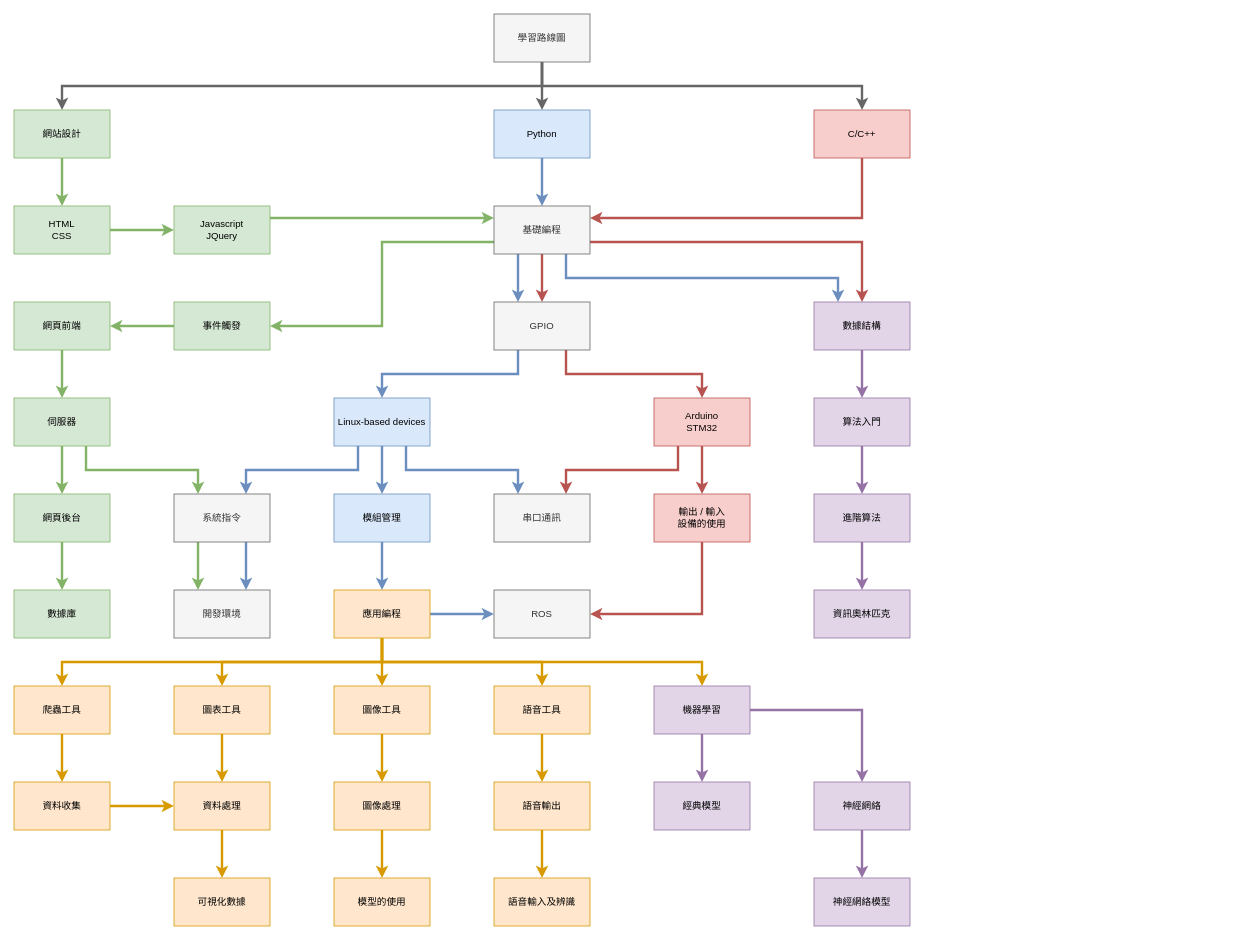
This is page "Page-2" (2 of 2) of Roadmap.drawio from supercatex/flowchart, a draw.io file, before an edit. Source tidied: cells renumbered, new cells numbered last; positions are measured from the earlier drawing's top-left corner, leaving out a move shared by most shapes. Both pictures are drawn from the tidied source at 80%, with x=0, y=0 at pixel (14, 14).
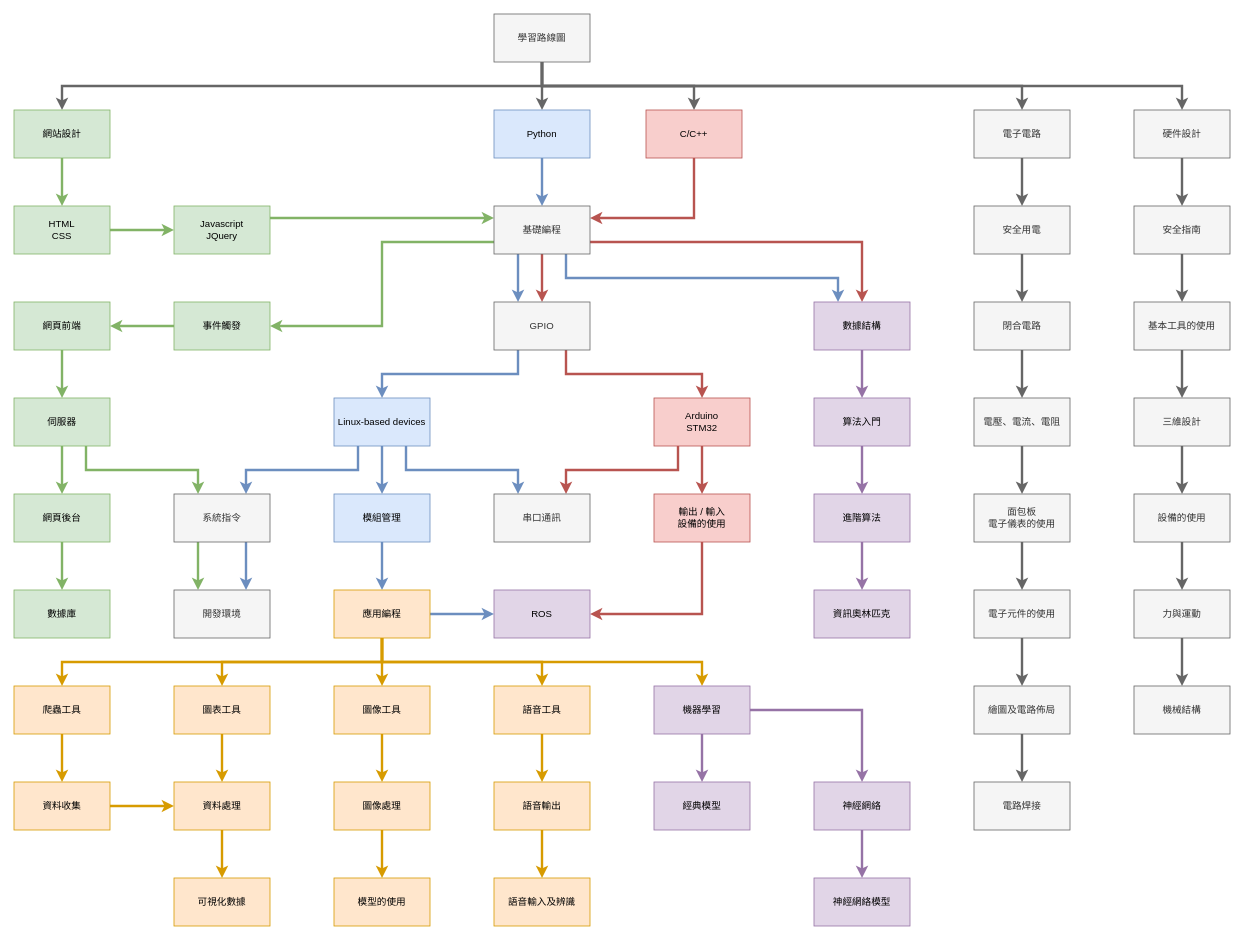
Above is the later version.

The change refers to these unchanged cells:
```xml
<mxCell id="5" value="學習路線圖" style="rounded=0;whiteSpace=wrap;html=1;sketch=0;fillColor=#f5f5f5;strokeColor=#666666;fontColor=#333333;" parent="1" vertex="1">
  <mxGeometry x="600" width="120" height="60" as="geometry" />
</mxCell>
```

Change to the diagram source:
```diff
@@
+    <mxCell id="92" style="edgeStyle=orthogonalEdgeStyle;rounded=0;jettySize=auto;html=1;exitX=0.5;exitY=1;exitDx=0;exitDy=0;startArrow=none;startFill=0;strokeWidth=3;fillColor=#f5f5f5;strokeColor=#666666;" parent="1" edge="1" source="5" target="95">
+      <mxGeometry relative="1" as="geometry" />
+    </mxCell>
+    <mxCell id="93" style="edgeStyle=orthogonalEdgeStyle;rounded=0;jettySize=auto;html=1;exitX=0.5;exitY=1;exitDx=0;exitDy=0;startArrow=none;startFill=0;strokeWidth=3;fillColor=#f5f5f5;strokeColor=#666666;" parent="1" edge="1" source="5" target="103">
+      <mxGeometry relative="1" as="geometry" />
+    </mxCell>
@@
     <mxCell id="9" value="C/C++" style="rounded=0;whiteSpace=wrap;html=1;sketch=0;fillColor=#f8cecc;strokeColor=#b85450;" parent="1" vertex="1">
-      <mxGeometry x="1000" y="120" width="120" height="60" as="geometry" />
+      <mxGeometry x="790" y="120" width="120" height="60" as="geometry" />
     </mxCell>
@@
-    <mxCell id="44" value="ROS" style="rounded=0;whiteSpace=wrap;html=1;sketch=0;fillColor=#f5f5f5;strokeColor=#666666;fontColor=#333333;" parent="1" vertex="1">
+    <mxCell id="44" value="ROS" style="rounded=0;whiteSpace=wrap;html=1;sketch=0;fillColor=#e1d5e7;strokeColor=#9673a6;" parent="1" vertex="1">
       <mxGeometry x="600" y="720" width="120" height="60" as="geometry" />
     </mxCell>
@@
+    <mxCell id="94" style="edgeStyle=orthogonalEdgeStyle;rounded=0;jettySize=auto;html=1;exitX=0.5;exitY=1;exitDx=0;exitDy=0;entryX=0.5;entryY=0;entryDx=0;entryDy=0;startArrow=none;startFill=0;strokeWidth=3;fillColor=#f5f5f5;strokeColor=#666666;" parent="1" edge="1" source="95" target="101">
+      <mxGeometry relative="1" as="geometry" />
+    </mxCell>
+    <mxCell id="95" value="電子電路" style="rounded=0;whiteSpace=wrap;html=1;sketch=0;fillColor=#f5f5f5;strokeColor=#666666;fontColor=#333333;" parent="1" vertex="1">
+      <mxGeometry x="1200" y="120" width="120" height="60" as="geometry" />
+    </mxCell>
+    <mxCell id="96" style="edgeStyle=orthogonalEdgeStyle;rounded=0;jettySize=auto;html=1;exitX=0.5;exitY=1;exitDx=0;exitDy=0;entryX=0.5;entryY=0;entryDx=0;entryDy=0;startArrow=none;startFill=0;strokeWidth=3;fillColor=#f5f5f5;strokeColor=#666666;" parent="1" edge="1" source="97" target="115">
+      <mxGeometry relative="1" as="geometry" />
+    </mxCell>
+    <mxCell id="97" value="電壓、電流、電阻" style="rounded=0;whiteSpace=wrap;html=1;sketch=0;fillColor=#f5f5f5;strokeColor=#666666;fontColor=#333333;" parent="1" vertex="1">
+      <mxGeometry x="1200" y="480" width="120" height="60" as="geometry" />
+    </mxCell>
+    <mxCell id="98" style="edgeStyle=orthogonalEdgeStyle;rounded=0;jettySize=auto;html=1;exitX=0.5;exitY=1;exitDx=0;exitDy=0;entryX=0.5;entryY=0;entryDx=0;entryDy=0;startArrow=none;startFill=0;strokeWidth=3;fillColor=#f5f5f5;strokeColor=#666666;" parent="1" edge="1" source="99" target="97">
+      <mxGeometry relative="1" as="geometry" />
+    </mxCell>
+    <mxCell id="99" value="閉合電路" style="rounded=0;whiteSpace=wrap;html=1;sketch=0;fillColor=#f5f5f5;strokeColor=#666666;fontColor=#333333;" parent="1" vertex="1">
+      <mxGeometry x="1200" y="360" width="120" height="60" as="geometry" />
+    </mxCell>
+    <mxCell id="100" style="edgeStyle=orthogonalEdgeStyle;rounded=0;jettySize=auto;html=1;exitX=0.5;exitY=1;exitDx=0;exitDy=0;entryX=0.5;entryY=0;entryDx=0;entryDy=0;startArrow=none;startFill=0;strokeWidth=3;fillColor=#f5f5f5;strokeColor=#666666;" parent="1" edge="1" source="101" target="99">
+      <mxGeometry relative="1" as="geometry" />
+    </mxCell>
+    <mxCell id="101" value="安全用電" style="rounded=0;whiteSpace=wrap;html=1;sketch=0;fillColor=#f5f5f5;strokeColor=#666666;fontColor=#333333;" parent="1" vertex="1">
+      <mxGeometry x="1200" y="240" width="120" height="60" as="geometry" />
+    </mxCell>
+    <mxCell id="102" style="edgeStyle=orthogonalEdgeStyle;rounded=0;jettySize=auto;html=1;exitX=0.5;exitY=1;exitDx=0;exitDy=0;entryX=0.5;entryY=0;entryDx=0;entryDy=0;startArrow=none;startFill=0;strokeWidth=3;fillColor=#f5f5f5;strokeColor=#666666;" parent="1" edge="1" source="103" target="113">
+      <mxGeometry relative="1" as="geometry" />
+    </mxCell>
+    <mxCell id="103" value="硬件設計" style="rounded=0;whiteSpace=wrap;html=1;sketch=0;fillColor=#f5f5f5;strokeColor=#666666;fontColor=#333333;" parent="1" vertex="1">
+      <mxGeometry x="1400" y="120" width="120" height="60" as="geometry" />
+    </mxCell>
+    <mxCell id="104" style="edgeStyle=orthogonalEdgeStyle;rounded=0;jettySize=auto;html=1;exitX=0.5;exitY=1;exitDx=0;exitDy=0;entryX=0.5;entryY=0;entryDx=0;entryDy=0;startArrow=none;startFill=0;strokeWidth=3;fillColor=#f5f5f5;strokeColor=#666666;" parent="1" edge="1" source="105" target="109">
+      <mxGeometry relative="1" as="geometry" />
+    </mxCell>
+    <mxCell id="105" value="基本工具的使用" style="rounded=0;whiteSpace=wrap;html=1;sketch=0;fillColor=#f5f5f5;strokeColor=#666666;fontColor=#333333;" parent="1" vertex="1">
+      <mxGeometry x="1400" y="360" width="120" height="60" as="geometry" />
+    </mxCell>
+    <mxCell id="106" style="edgeStyle=orthogonalEdgeStyle;rounded=0;jettySize=auto;html=1;exitX=0.5;exitY=1;exitDx=0;exitDy=0;entryX=0.5;entryY=0;entryDx=0;entryDy=0;startArrow=none;startFill=0;strokeWidth=3;fillColor=#f5f5f5;strokeColor=#666666;" parent="1" edge="1" source="107" target="111">
+      <mxGeometry relative="1" as="geometry" />
+    </mxCell>
+    <mxCell id="107" value="設備的使用" style="rounded=0;whiteSpace=wrap;html=1;sketch=0;fillColor=#f5f5f5;strokeColor=#666666;fontColor=#333333;" parent="1" vertex="1">
+      <mxGeometry x="1400" y="600" width="120" height="60" as="geometry" />
+    </mxCell>
+    <mxCell id="108" style="edgeStyle=orthogonalEdgeStyle;rounded=0;jettySize=auto;html=1;exitX=0.5;exitY=1;exitDx=0;exitDy=0;entryX=0.5;entryY=0;entryDx=0;entryDy=0;startArrow=none;startFill=0;strokeWidth=3;fillColor=#f5f5f5;strokeColor=#666666;" parent="1" edge="1" source="109" target="107">
+      <mxGeometry relative="1" as="geometry" />
+    </mxCell>
+    <mxCell id="109" value="三維設計" style="rounded=0;whiteSpace=wrap;html=1;sketch=0;fillColor=#f5f5f5;strokeColor=#666666;fontColor=#333333;" parent="1" vertex="1">
+      <mxGeometry x="1400" y="480" width="120" height="60" as="geometry" />
+    </mxCell>
+    <mxCell id="110" style="edgeStyle=orthogonalEdgeStyle;rounded=0;jettySize=auto;html=1;exitX=0.5;exitY=1;exitDx=0;exitDy=0;entryX=0.5;entryY=0;entryDx=0;entryDy=0;startArrow=none;startFill=0;strokeWidth=3;fillColor=#f5f5f5;strokeColor=#666666;" parent="1" edge="1" source="111" target="121">
+      <mxGeometry relative="1" as="geometry" />
+    </mxCell>
+    <mxCell id="111" value="力與運動" style="rounded=0;whiteSpace=wrap;html=1;sketch=0;fillColor=#f5f5f5;strokeColor=#666666;fontColor=#333333;" parent="1" vertex="1">
+      <mxGeometry x="1400" y="720" width="120" height="60" as="geometry" />
+    </mxCell>
+    <mxCell id="112" style="edgeStyle=orthogonalEdgeStyle;rounded=0;jettySize=auto;html=1;exitX=0.5;exitY=1;exitDx=0;exitDy=0;entryX=0.5;entryY=0;entryDx=0;entryDy=0;startArrow=none;startFill=0;strokeWidth=3;fillColor=#f5f5f5;strokeColor=#666666;" parent="1" edge="1" source="113" target="105">
+      <mxGeometry relative="1" as="geometry" />
+    </mxCell>
+    <mxCell id="113" value="安全指南" style="rounded=0;whiteSpace=wrap;html=1;sketch=0;fillColor=#f5f5f5;strokeColor=#666666;fontColor=#333333;" parent="1" vertex="1">
+      <mxGeometry x="1400" y="240" width="120" height="60" as="geometry" />
+    </mxCell>
+    <mxCell id="114" style="edgeStyle=orthogonalEdgeStyle;rounded=0;jettySize=auto;html=1;exitX=0.5;exitY=1;exitDx=0;exitDy=0;entryX=0.5;entryY=0;entryDx=0;entryDy=0;startArrow=none;startFill=0;strokeWidth=3;fillColor=#f5f5f5;strokeColor=#666666;" parent="1" edge="1" source="115" target="117">
+      <mxGeometry relative="1" as="geometry" />
+    </mxCell>
+    <mxCell id="115" value="面包板&lt;br&gt;電子儀表的使用" style="rounded=0;whiteSpace=wrap;html=1;sketch=0;fillColor=#f5f5f5;strokeColor=#666666;fontColor=#333333;" parent="1" vertex="1">
+      <mxGeometry x="1200" y="600" width="120" height="60" as="geometry" />
+    </mxCell>
+    <mxCell id="116" style="edgeStyle=orthogonalEdgeStyle;rounded=0;jettySize=auto;html=1;exitX=0.5;exitY=1;exitDx=0;exitDy=0;entryX=0.5;entryY=0;entryDx=0;entryDy=0;startArrow=none;startFill=0;strokeWidth=3;fillColor=#f5f5f5;strokeColor=#666666;" parent="1" edge="1" source="117" target="119">
+      <mxGeometry relative="1" as="geometry" />
+    </mxCell>
+    <mxCell id="117" value="電子元件的使用" style="rounded=0;whiteSpace=wrap;html=1;sketch=0;fillColor=#f5f5f5;strokeColor=#666666;fontColor=#333333;" parent="1" vertex="1">
+      <mxGeometry x="1200" y="720" width="120" height="60" as="geometry" />
+    </mxCell>
+    <mxCell id="118" style="edgeStyle=orthogonalEdgeStyle;rounded=0;jettySize=auto;html=1;exitX=0.5;exitY=1;exitDx=0;exitDy=0;entryX=0.5;entryY=0;entryDx=0;entryDy=0;startArrow=none;startFill=0;strokeWidth=3;fillColor=#f5f5f5;strokeColor=#666666;" parent="1" edge="1" source="119" target="120">
+      <mxGeometry relative="1" as="geometry" />
+    </mxCell>
+    <mxCell id="119" value="繪圖及電路佈局" style="rounded=0;whiteSpace=wrap;html=1;sketch=0;fillColor=#f5f5f5;strokeColor=#666666;fontColor=#333333;" parent="1" vertex="1">
+      <mxGeometry x="1200" y="840" width="120" height="60" as="geometry" />
+    </mxCell>
+    <mxCell id="120" value="電路焊接" style="rounded=0;whiteSpace=wrap;html=1;sketch=0;fillColor=#f5f5f5;strokeColor=#666666;fontColor=#333333;" parent="1" vertex="1">
+      <mxGeometry x="1200" y="960" width="120" height="60" as="geometry" />
+    </mxCell>
+    <mxCell id="121" value="機械結構" style="rounded=0;whiteSpace=wrap;html=1;sketch=0;fillColor=#f5f5f5;strokeColor=#666666;fontColor=#333333;" parent="1" vertex="1">
+      <mxGeometry x="1400" y="840" width="120" height="60" as="geometry" />
+    </mxCell>
```
